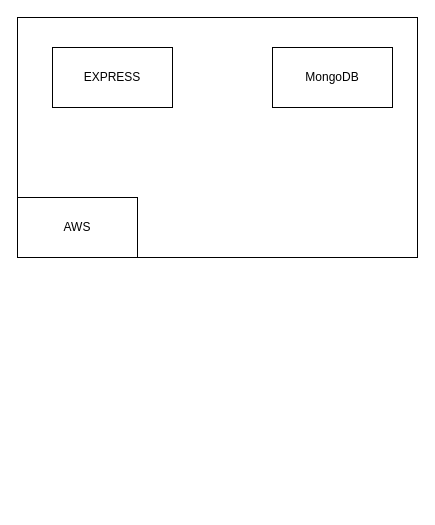
Earlier version of the draw.io diagram draw.io/Untitled Diagram.drawio (onlymachiavelli/draw.io). Source tidied: cells renumbered, new cells numbered last; positions are measured from the earlier drawing's top-left corner, leaving out a move shared by most shapes. Both pictures are drawn from the tidied source at 100%, with x=0, y=0 at pixel (17, 17).
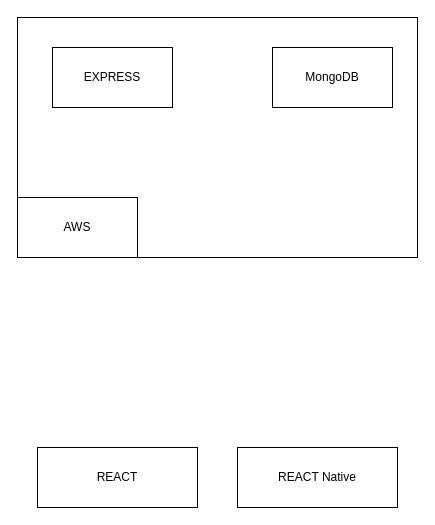
Above is the later version.

The edit, as a diff of the source:
```diff
@@
 <mxGraphModel>
   <root>
     <mxCell id="0" />
     <mxCell id="1" parent="0" />
     <mxCell id="2" style="rounded=0;whiteSpace=wrap;html=1;" parent="1" vertex="1">
       <mxGeometry width="400" height="240" as="geometry" />
     </mxCell>
     <mxCell id="3" value="MongoDB" style="rounded=0;whiteSpace=wrap;html=1;" parent="1" vertex="1">
       <mxGeometry x="255" y="30" width="120" height="60" as="geometry" />
     </mxCell>
     <mxCell id="4" value="EXPRESS" style="rounded=0;whiteSpace=wrap;html=1;" parent="1" vertex="1">
       <mxGeometry x="35" y="30" width="120" height="60" as="geometry" />
     </mxCell>
     <mxCell id="5" value="AWS" style="rounded=0;whiteSpace=wrap;html=1;" parent="1" vertex="1">
       <mxGeometry y="180" width="120" height="60" as="geometry" />
     </mxCell>
+    <mxCell id="6" value="REACT" style="rounded=0;whiteSpace=wrap;html=1;" parent="1" vertex="1">
+      <mxGeometry x="20" y="430" width="160" height="60" as="geometry" />
+    </mxCell>
+    <mxCell id="7" value="REACT Native" style="rounded=0;whiteSpace=wrap;html=1;" parent="1" vertex="1">
+      <mxGeometry x="220" y="430" width="160" height="60" as="geometry" />
+    </mxCell>
   </root>
 </mxGraphModel>
```
